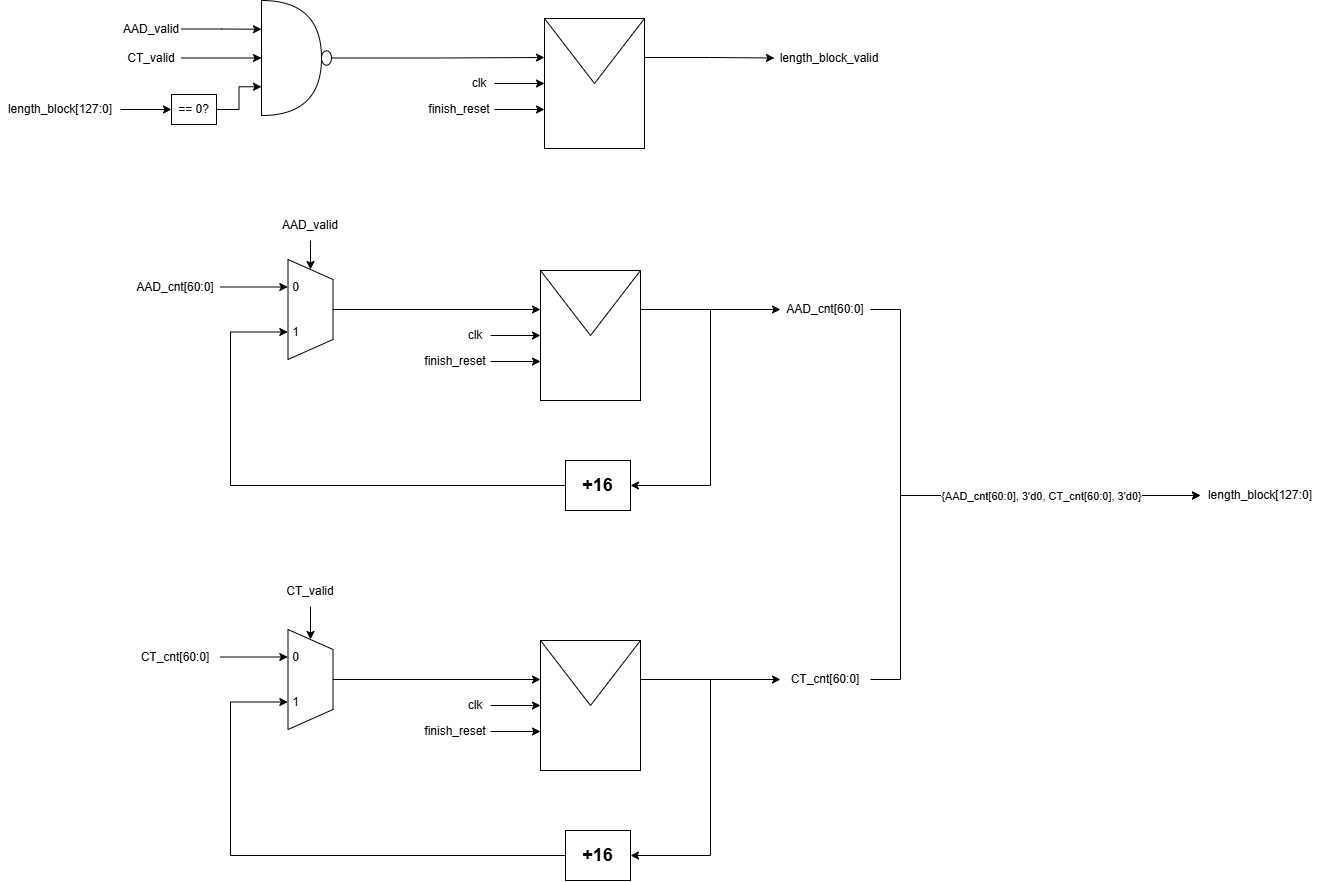
Before: Quang Long/_media/LengthBlockCTR low level.png, a diagram exported from draw.io (LQLManZz/AES128-Verilog). Source tidied: cells renumbered, new cells last; positions are measured from the earlier drawing's top-left corner, leaving out a move shared by most shapes.
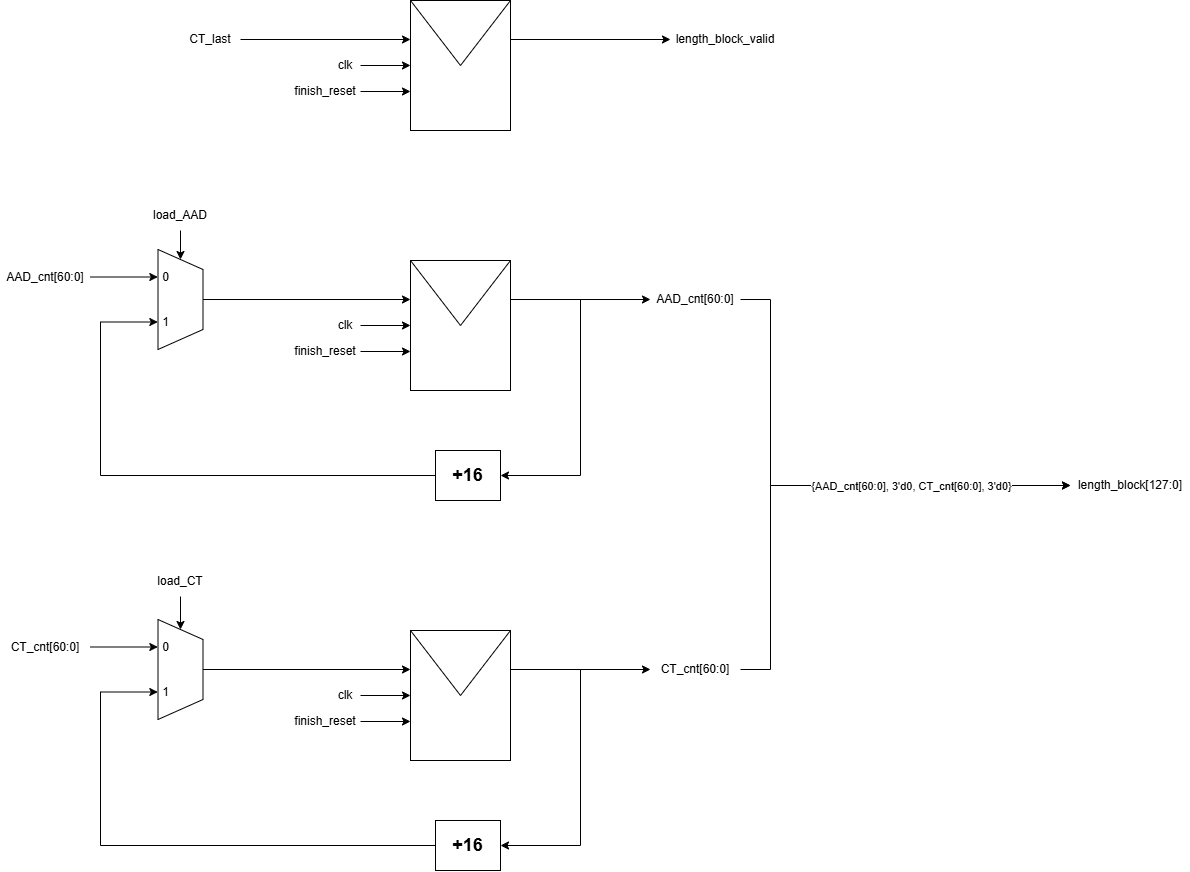
Later version of the same file.

What changed in the source:
```diff
@@ -40,7 +40,7 @@
     <mxCell id="12" style="edgeStyle=orthogonalEdgeStyle;rounded=0;jettySize=auto;html=1;exitX=0.5;exitY=1;exitDx=0;exitDy=0;entryX=0;entryY=0.5;entryDx=0;entryDy=0;" parent="1" edge="1" source="13" target="8">
       <mxGeometry relative="1" as="geometry" />
     </mxCell>
-    <mxCell id="13" value="AAD_valid" style="text;html=1;whiteSpace=wrap;strokeColor=none;fillColor=none;align=center;verticalAlign=middle;rounded=0;" parent="1" vertex="1">
+    <mxCell id="13" value="load_AAD" style="text;html=1;whiteSpace=wrap;strokeColor=none;fillColor=none;align=center;verticalAlign=middle;rounded=0;" parent="1" vertex="1">
       <mxGeometry x="280" y="210" width="60" height="30" as="geometry" />
     </mxCell>
     <mxCell id="14" style="edgeStyle=orthogonalEdgeStyle;rounded=0;jettySize=auto;html=1;exitX=1;exitY=0.5;exitDx=0;exitDy=0;entryX=0;entryY=0.5;entryDx=0;entryDy=0;" parent="1" edge="1" source="15" target="37">
@@ -157,65 +157,35 @@
     <mxCell id="42" style="edgeStyle=orthogonalEdgeStyle;rounded=0;jettySize=auto;html=1;exitX=0.5;exitY=1;exitDx=0;exitDy=0;entryX=0;entryY=0.5;entryDx=0;entryDy=0;fontFamily=Helvetica;fontSize=12;fontColor=default;" parent="1" edge="1" source="43" target="26">
       <mxGeometry relative="1" as="geometry" />
     </mxCell>
-    <mxCell id="43" value="CT_valid" style="text;html=1;whiteSpace=wrap;strokeColor=none;fillColor=none;align=center;verticalAlign=middle;rounded=0;" parent="1" vertex="1">
+    <mxCell id="43" value="load_CT" style="text;html=1;whiteSpace=wrap;strokeColor=none;fillColor=none;align=center;verticalAlign=middle;rounded=0;" parent="1" vertex="1">
       <mxGeometry x="280" y="576" width="60" height="30" as="geometry" />
     </mxCell>
-    <mxCell id="44" style="edgeStyle=orthogonalEdgeStyle;rounded=0;jettySize=auto;html=1;exitX=1;exitY=0.3;exitDx=0;exitDy=0;entryX=0;entryY=0.5;entryDx=0;entryDy=0;" parent="1" edge="1" source="45" target="50">
-      <mxGeometry relative="1" as="geometry" />
-    </mxCell>
-    <mxCell id="45" style="shape=message;html=1;html=1;outlineConnect=0;labelPosition=center;verticalLabelPosition=bottom;align=center;verticalAlign=top;" parent="1" vertex="1">
-      <mxGeometry x="544" y="18" width="100" height="130" as="geometry" />
-    </mxCell>
-    <mxCell id="46" style="edgeStyle=orthogonalEdgeStyle;rounded=0;jettySize=auto;html=1;exitX=1;exitY=0.5;exitDx=0;exitDy=0;entryX=0;entryY=0.5;entryDx=0;entryDy=0;" parent="1" edge="1" source="47" target="45">
-      <mxGeometry relative="1" as="geometry" />
-    </mxCell>
+    <mxCell id="50" value="length_block_valid" style="text;html=1;whiteSpace=wrap;strokeColor=none;fillColor=none;align=center;verticalAlign=middle;rounded=0;" parent="1" vertex="1">
+      <mxGeometry x="800" y="34" width="110" height="30" as="geometry" />
+    </mxCell>
+    <mxCell id="63" style="edgeStyle=orthogonalEdgeStyle;rounded=0;jettySize=auto;html=1;exitX=1;exitY=0.5;exitDx=0;exitDy=0;entryX=0;entryY=0.3;entryDx=0;entryDy=0;" parent="1" edge="1" source="55" target="65">
+      <mxGeometry relative="1" as="geometry" />
+    </mxCell>
+    <mxCell id="55" value="CT_last" style="text;html=1;whiteSpace=wrap;strokeColor=none;fillColor=none;align=center;verticalAlign=middle;rounded=0;" parent="1" vertex="1">
+      <mxGeometry x="310" y="34" width="60" height="30" as="geometry" />
+    </mxCell>
+    <mxCell id="64" style="edgeStyle=orthogonalEdgeStyle;rounded=0;jettySize=auto;html=1;exitX=1;exitY=0.3;exitDx=0;exitDy=0;entryX=0;entryY=0.5;entryDx=0;entryDy=0;" parent="1" edge="1" source="65" target="50">
+      <mxGeometry relative="1" as="geometry" />
+    </mxCell>
+    <mxCell id="65" style="shape=message;html=1;html=1;outlineConnect=0;labelPosition=center;verticalLabelPosition=bottom;align=center;verticalAlign=top;" parent="1" vertex="1">
+      <mxGeometry x="540" y="10" width="100" height="130" as="geometry" />
+    </mxCell>
+    <mxCell id="66" style="edgeStyle=orthogonalEdgeStyle;rounded=0;jettySize=auto;html=1;exitX=1;exitY=0.5;exitDx=0;exitDy=0;entryX=0;entryY=0.5;entryDx=0;entryDy=0;" parent="1" edge="1" source="47" target="65">
+      <mxGeometry relative="1" as="geometry" />
+    </mxCell>
     <mxCell id="47" value="clk" style="text;html=1;whiteSpace=wrap;strokeColor=none;fillColor=none;align=center;verticalAlign=middle;rounded=0;" parent="1" vertex="1">
-      <mxGeometry x="464" y="68" width="30" height="30" as="geometry" />
+      <mxGeometry x="460" y="60" width="30" height="30" as="geometry" />
     </mxCell>
-    <mxCell id="48" style="edgeStyle=orthogonalEdgeStyle;rounded=0;jettySize=auto;html=1;exitX=1;exitY=0.5;exitDx=0;exitDy=0;entryX=0;entryY=0.7;entryDx=0;entryDy=0;" parent="1" edge="1" source="49" target="45">
-      <mxGeometry relative="1" as="geometry" />
-    </mxCell>
+    <mxCell id="67" style="edgeStyle=orthogonalEdgeStyle;rounded=0;jettySize=auto;html=1;exitX=1;exitY=0.5;exitDx=0;exitDy=0;entryX=0;entryY=0.7;entryDx=0;entryDy=0;" parent="1" edge="1" source="49" target="65">
+      <mxGeometry relative="1" as="geometry" />
+    </mxCell>
     <mxCell id="49" value="finish_reset" style="text;html=1;whiteSpace=wrap;strokeColor=none;fillColor=none;align=center;verticalAlign=middle;rounded=0;" parent="1" vertex="1">
-      <mxGeometry x="424" y="94" width="70" height="30" as="geometry" />
+      <mxGeometry x="420" y="86" width="70" height="30" as="geometry" />
     </mxCell>
-    <mxCell id="50" value="length_block_valid" style="text;html=1;whiteSpace=wrap;strokeColor=none;fillColor=none;align=center;verticalAlign=middle;rounded=0;" parent="1" vertex="1">
-      <mxGeometry x="774" y="42.5" width="110" height="30" as="geometry" />
-    </mxCell>
-    <mxCell id="51" style="edgeStyle=orthogonalEdgeStyle;rounded=0;jettySize=auto;html=1;exitX=1;exitY=0.5;exitDx=0;exitDy=0;entryX=0;entryY=0.5;entryDx=0;entryDy=0;fontFamily=Helvetica;fontSize=12;fontColor=default;" parent="1" edge="1" source="52" target="53">
-      <mxGeometry relative="1" as="geometry" />
-    </mxCell>
-    <mxCell id="52" value="length_block[127:0]" style="text;html=1;whiteSpace=wrap;strokeColor=none;fillColor=none;align=center;verticalAlign=middle;rounded=0;" parent="1" vertex="1">
-      <mxGeometry y="94" width="120" height="30" as="geometry" />
-    </mxCell>
-    <mxCell id="53" value="== 0?" style="whiteSpace=wrap;html=1;" parent="1" vertex="1">
-      <mxGeometry x="171" y="94" width="45" height="30" as="geometry" />
-    </mxCell>
-    <mxCell id="54" value="AAD_valid" style="text;html=1;whiteSpace=wrap;strokeColor=none;fillColor=none;align=center;verticalAlign=middle;rounded=0;" parent="1" vertex="1">
-      <mxGeometry x="121" y="13.5" width="60" height="30" as="geometry" />
-    </mxCell>
-    <mxCell id="55" value="CT_valid" style="text;html=1;whiteSpace=wrap;strokeColor=none;fillColor=none;align=center;verticalAlign=middle;rounded=0;" parent="1" vertex="1">
-      <mxGeometry x="121" y="42.5" width="60" height="30" as="geometry" />
-    </mxCell>
-    <mxCell id="56" style="group;" parent="1" vertex="1">
-      <mxGeometry x="261" width="70" height="115" as="geometry" />
-    </mxCell>
-    <mxCell id="57" style="shape=or;whiteSpace=wrap;html=1;shapeInside=1;" parent="56" vertex="1">
-      <mxGeometry width="60" height="115" as="geometry" />
-    </mxCell>
-    <mxCell id="58" style="ellipse;whiteSpace=wrap;html=1;shapeInside=1;" parent="56" vertex="1">
-      <mxGeometry x="60" y="50.3" width="10" height="14.4" as="geometry" />
-    </mxCell>
-    <mxCell id="59" style="edgeStyle=orthogonalEdgeStyle;rounded=0;jettySize=auto;html=1;exitX=1;exitY=0.5;exitDx=0;exitDy=0;entryX=0;entryY=0.25;entryDx=0;entryDy=0;entryPerimeter=0;fontFamily=Helvetica;fontSize=12;fontColor=default;" parent="1" edge="1" source="54" target="57">
-      <mxGeometry relative="1" as="geometry" />
-    </mxCell>
-    <mxCell id="60" style="edgeStyle=orthogonalEdgeStyle;rounded=0;jettySize=auto;html=1;exitX=1;exitY=0.5;exitDx=0;exitDy=0;entryX=0;entryY=0.5;entryDx=0;entryDy=0;entryPerimeter=0;fontFamily=Helvetica;fontSize=12;fontColor=default;" parent="1" edge="1" source="55" target="57">
-      <mxGeometry relative="1" as="geometry" />
-    </mxCell>
-    <mxCell id="61" style="edgeStyle=orthogonalEdgeStyle;rounded=0;jettySize=auto;html=1;exitX=1;exitY=0.5;exitDx=0;exitDy=0;entryX=0;entryY=0.75;entryDx=0;entryDy=0;entryPerimeter=0;fontFamily=Helvetica;fontSize=12;fontColor=default;" parent="1" edge="1" source="53" target="57">
-      <mxGeometry relative="1" as="geometry" />
-    </mxCell>
-    <mxCell id="62" style="edgeStyle=orthogonalEdgeStyle;rounded=0;jettySize=auto;html=1;exitX=1;exitY=0.5;exitDx=0;exitDy=0;entryX=0;entryY=0.3;entryDx=0;entryDy=0;fontFamily=Helvetica;fontSize=12;fontColor=default;" parent="1" edge="1" source="58" target="45">
-      <mxGeometry relative="1" as="geometry" />
-    </mxCell>
   </root>
 </mxGraphModel>
```
